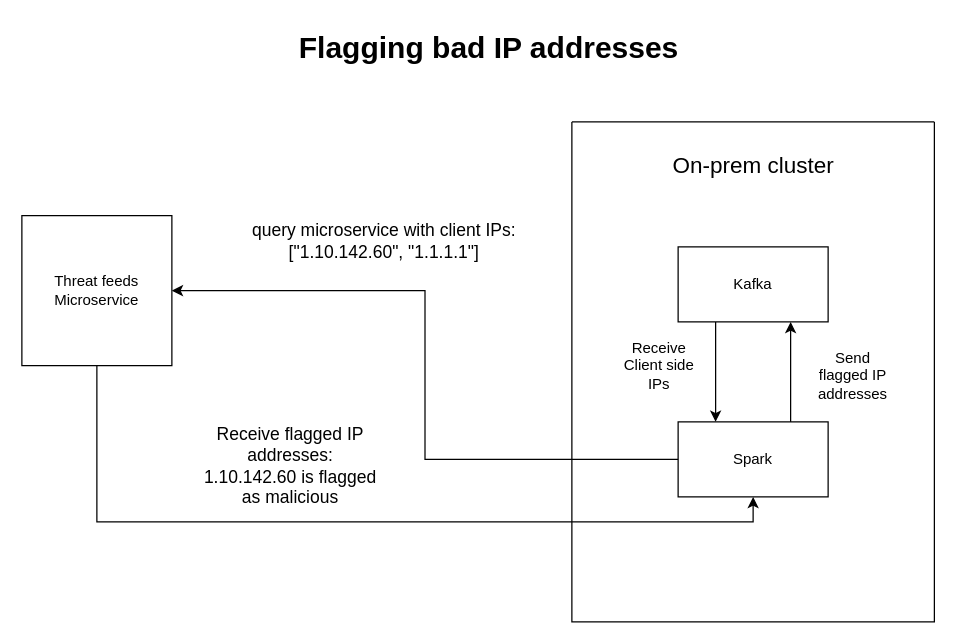
aNameNobodyChose/Ennetix-resume keeps this draw.io diagram as diagrams/microservice-spark.drawio. Above is the earlier version. Source tidied: cells renumbered, new cells numbered last; positions are measured from the earlier drawing's top-left corner, leaving out a move shared by most shapes. Both pictures are drawn from the tidied source at 125%, with x=0, y=0 at pixel (21, 21).
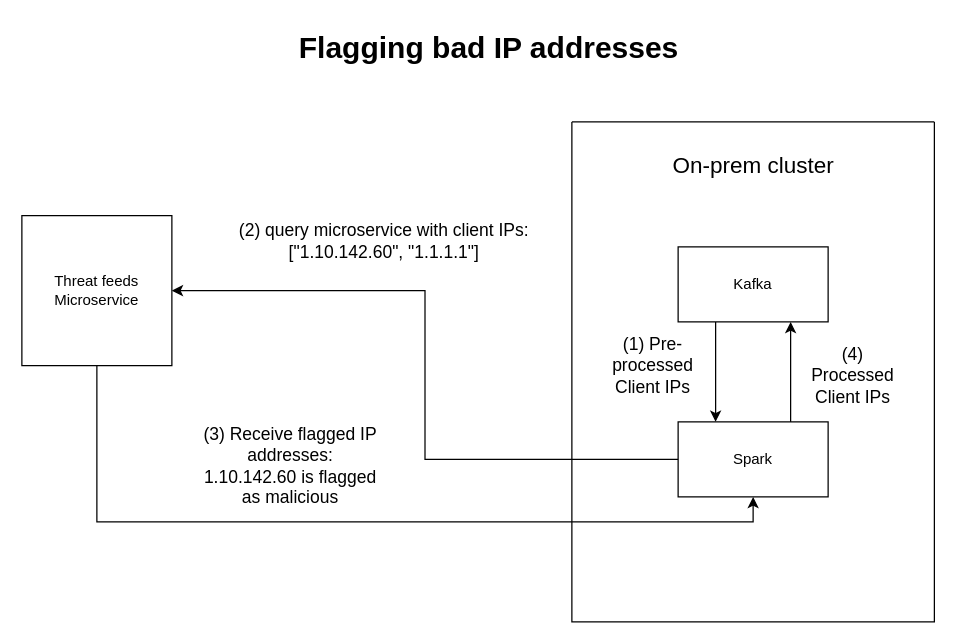
The same page after the edit.

What changed in the source:
```diff
@@
 <mxGraphModel>
   <root>
     <mxCell id="0" />
     <mxCell id="1" parent="0" />
     <mxCell id="2" style="edgeStyle=orthogonalEdgeStyle;rounded=0;jettySize=auto;html=1;exitX=0.5;exitY=1;exitDx=0;exitDy=0;entryX=0.5;entryY=1;entryDx=0;entryDy=0;" parent="1" edge="1" source="3" target="8">
       <mxGeometry relative="1" as="geometry" />
     </mxCell>
     <mxCell id="3" value="Threat feeds Microservice" style="whiteSpace=wrap;html=1;" parent="1" vertex="1">
       <mxGeometry y="155" width="120" height="120" as="geometry" />
     </mxCell>
     <mxCell id="4" style="swimlane;startSize=0;" parent="1" vertex="1">
       <mxGeometry x="440" y="80" width="290" height="400" as="geometry" />
     </mxCell>
     <mxCell id="5" style="edgeStyle=orthogonalEdgeStyle;rounded=0;jettySize=auto;html=1;exitX=0.25;exitY=1;exitDx=0;exitDy=0;entryX=0.25;entryY=0;entryDx=0;entryDy=0;" parent="4" edge="1" source="6" target="8">
       <mxGeometry relative="1" as="geometry" />
     </mxCell>
     <mxCell id="6" value="Kafka" style="rounded=0;whiteSpace=wrap;html=1;" parent="4" vertex="1">
       <mxGeometry x="85" y="100" width="120" height="60" as="geometry" />
     </mxCell>
     <mxCell id="7" style="edgeStyle=orthogonalEdgeStyle;rounded=0;jettySize=auto;html=1;exitX=0.75;exitY=0;exitDx=0;exitDy=0;entryX=0.75;entryY=1;entryDx=0;entryDy=0;" parent="4" edge="1" source="8" target="6">
       <mxGeometry relative="1" as="geometry" />
     </mxCell>
     <mxCell id="8" value="Spark" style="rounded=0;whiteSpace=wrap;html=1;" parent="4" vertex="1">
       <mxGeometry x="85" y="240" width="120" height="60" as="geometry" />
     </mxCell>
-    <mxCell id="9" value="Receive Client side IPs" style="text;html=1;align=center;verticalAlign=middle;whiteSpace=wrap;rounded=0;" parent="4" vertex="1">
-      <mxGeometry x="40" y="180" width="60" height="30" as="geometry" />
+    <mxCell id="9" value="&lt;font style=&quot;font-size: 14px;&quot;&gt;(1) Pre-processed Client IPs&lt;/font&gt;" style="text;html=1;align=center;verticalAlign=middle;whiteSpace=wrap;rounded=0;" parent="4" vertex="1">
+      <mxGeometry x="30" y="180" width="70" height="30" as="geometry" />
     </mxCell>
-    <mxCell id="10" value="Send flagged IP addresses" style="text;html=1;align=center;verticalAlign=middle;whiteSpace=wrap;rounded=0;" parent="4" vertex="1">
+    <mxCell id="10" value="&lt;font style=&quot;font-size: 14px;&quot;&gt;(4) Processed Client IPs&lt;/font&gt;" style="text;html=1;align=center;verticalAlign=middle;whiteSpace=wrap;rounded=0;" parent="4" vertex="1">
       <mxGeometry x="190" y="180" width="70" height="45" as="geometry" />
     </mxCell>
     <mxCell id="11" value="&lt;font style=&quot;font-size: 18px;&quot;&gt;On-prem cluster&lt;/font&gt;" style="text;html=1;align=center;verticalAlign=middle;whiteSpace=wrap;rounded=0;" parent="4" vertex="1">
       <mxGeometry x="77.5" y="20" width="135" height="30" as="geometry" />
     </mxCell>
     <mxCell id="12" style="edgeStyle=orthogonalEdgeStyle;rounded=0;jettySize=auto;html=1;exitX=0;exitY=0.5;exitDx=0;exitDy=0;entryX=1;entryY=0.5;entryDx=0;entryDy=0;" parent="1" edge="1" source="8" target="3">
       <mxGeometry relative="1" as="geometry" />
     </mxCell>
-    <mxCell id="13" value="&lt;font style=&quot;font-size: 14px;&quot;&gt;query microservice with client IPs: [&quot;1.10.142.60&quot;, &quot;1.1.1.1&quot;]&lt;/font&gt;" style="text;html=1;align=center;verticalAlign=middle;whiteSpace=wrap;rounded=0;" parent="1" vertex="1">
+    <mxCell id="13" value="&lt;font style=&quot;font-size: 14px;&quot;&gt;(2) query microservice with client IPs: [&quot;1.10.142.60&quot;, &quot;1.1.1.1&quot;]&lt;/font&gt;" style="text;html=1;align=center;verticalAlign=middle;whiteSpace=wrap;rounded=0;" parent="1" vertex="1">
       <mxGeometry x="160" y="165" width="260" height="20" as="geometry" />
     </mxCell>
-    <mxCell id="14" value="&lt;font style=&quot;font-size: 14px;&quot;&gt;Receive flagged IP addresses:&lt;br&gt;1.10.142.60 is flagged as malicious&lt;/font&gt;" style="text;html=1;align=center;verticalAlign=middle;whiteSpace=wrap;rounded=0;" parent="1" vertex="1">
+    <mxCell id="14" value="&lt;font style=&quot;font-size: 14px;&quot;&gt;(3) Receive flagged IP addresses:&lt;br&gt;1.10.142.60 is flagged as malicious&lt;/font&gt;" style="text;html=1;align=center;verticalAlign=middle;whiteSpace=wrap;rounded=0;" parent="1" vertex="1">
       <mxGeometry x="140" y="340" width="150" height="30" as="geometry" />
     </mxCell>
     <mxCell id="15" value="&lt;h1 style=&quot;margin-top: 0px;&quot;&gt;Flagging bad IP addresses&lt;/h1&gt;" style="text;html=1;whiteSpace=wrap;overflow=hidden;rounded=0;" parent="1" vertex="1">
       <mxGeometry x="220" width="330" height="50" as="geometry" />
     </mxCell>
   </root>
 </mxGraphModel>
```
